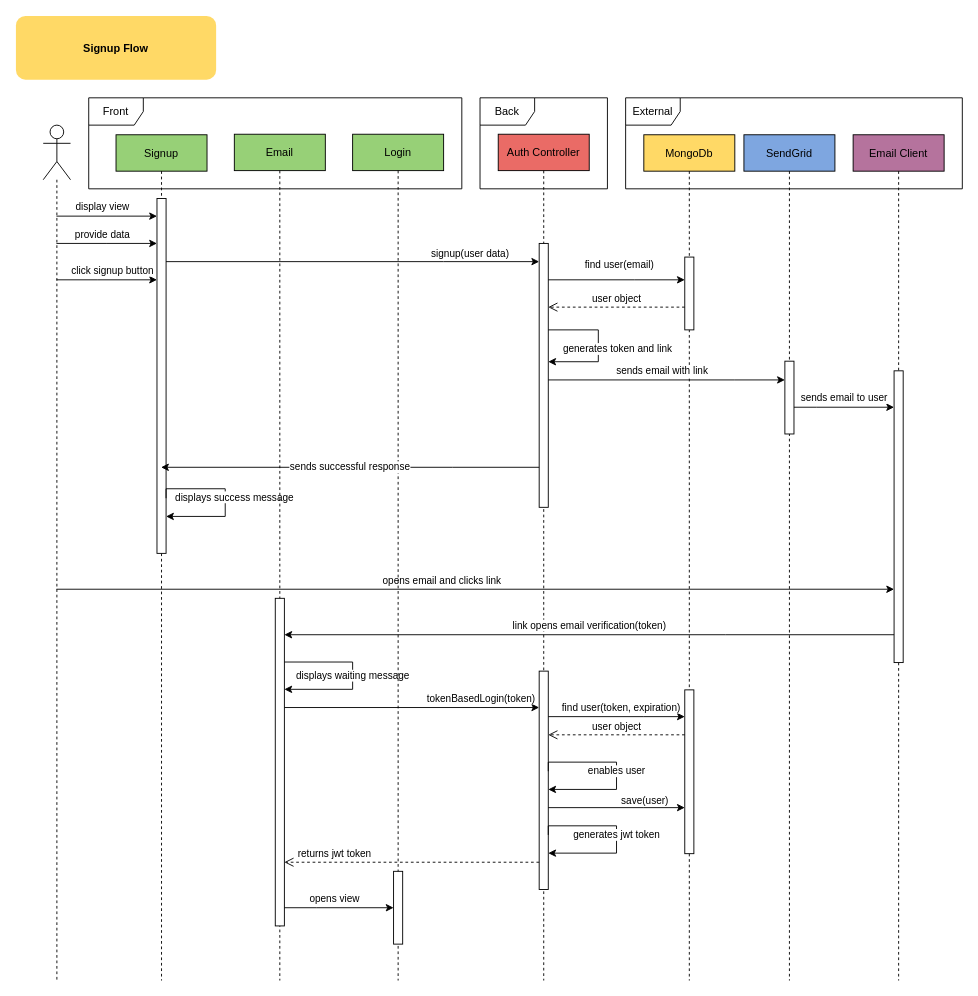
Earlier version of the draw.io diagram Untitled Diagram.drawio (samuelsalomonv/diagrams). Source tidied: cells renumbered, new cells numbered last; positions are measured from the earlier drawing's top-left corner, leaving out a move shared by most shapes. Both pictures are drawn from the tidied source at 91%, with x=0, y=0 at pixel (15, 15).
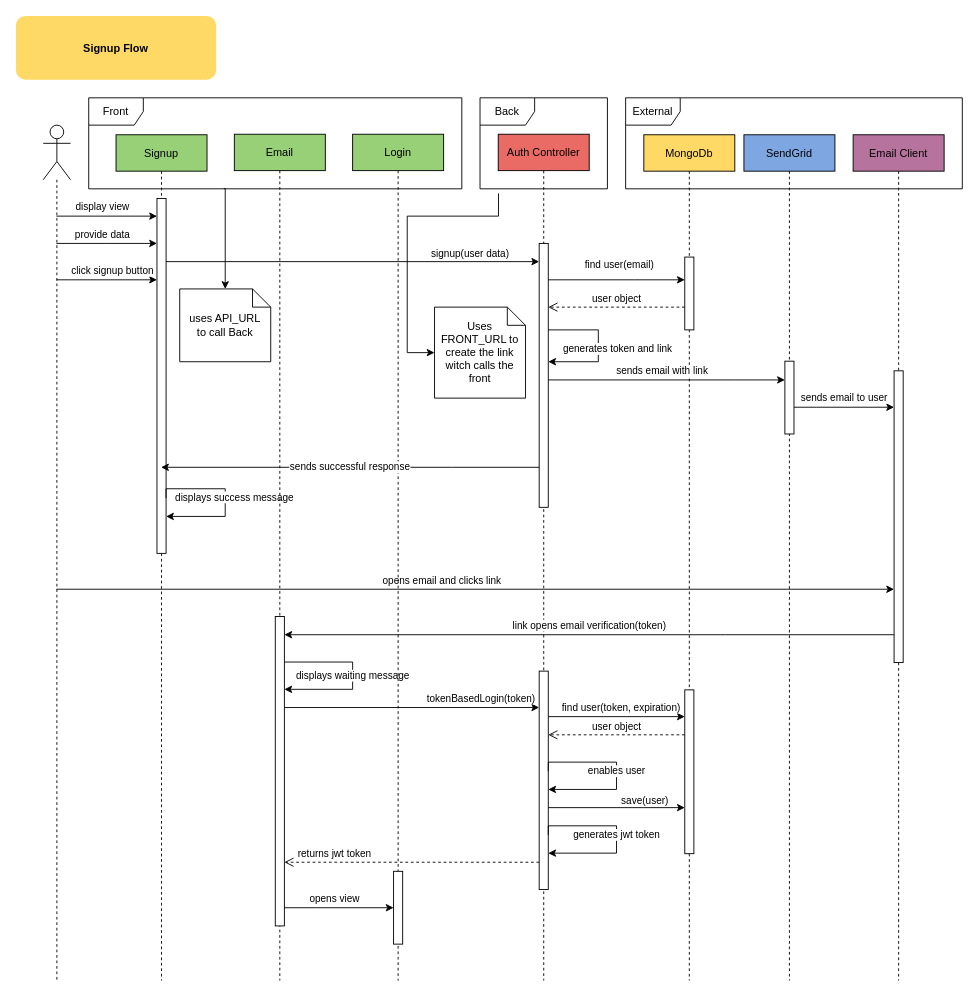
The same page after the edit.

Commit message:
Diagram was updated

Unchanged cells that the change refers to:
```xml
<mxCell id="10" style="html=1;points=[[0,0,0,0,5],[0,1,0,0,-5],[1,0,0,0,5],[1,1,0,0,-5]];perimeter=orthogonalPerimeter;outlineConnect=0;targetShapes=umlLifeline;portConstraint=eastwest;newEdgeStyle={&quot;curved&quot;:0,&quot;rounded&quot;:0};" parent="9" vertex="1">
  <mxGeometry x="45" y="70" width="10" height="390" as="geometry" />
</mxCell>
<mxCell id="12" value="&lt;div&gt;Email&lt;/div&gt;" style="shape=umlLifeline;perimeter=lifelinePerimeter;whiteSpace=wrap;html=1;newEdgeStyle={&quot;curved&quot;:0,&quot;rounded&quot;:0};fillColor=#97D077;" parent="1" vertex="1">
  <mxGeometry x="240" y="130" width="100" height="930" as="geometry" />
</mxCell>
<mxCell id="17" value="Front" style="shape=umlFrame;whiteSpace=wrap;html=1;" parent="1" vertex="1">
  <mxGeometry x="80" y="90" width="410" height="100" as="geometry" />
</mxCell>
<mxCell id="19" style="html=1;points=[[0,0,0,0,5],[0,1,0,0,-5],[1,0,0,0,5],[1,1,0,0,-5]];perimeter=orthogonalPerimeter;outlineConnect=0;targetShapes=umlLifeline;portConstraint=eastwest;newEdgeStyle={&quot;curved&quot;:0,&quot;rounded&quot;:0};" parent="18" vertex="1">
  <mxGeometry x="45" y="120" width="10" height="290" as="geometry" />
</mxCell>
<mxCell id="30" value="Back" style="shape=umlFrame;whiteSpace=wrap;html=1;" parent="1" vertex="1">
  <mxGeometry x="510" y="90" width="140" height="100" as="geometry" />
</mxCell>
```

The edit, as a diff of the source:
```diff
@@
     <mxCell id="13" style="html=1;points=[[0,0,0,0,5],[0,1,0,0,-5],[1,0,0,0,5],[1,1,0,0,-5]];perimeter=orthogonalPerimeter;outlineConnect=0;targetShapes=umlLifeline;portConstraint=eastwest;newEdgeStyle={&quot;curved&quot;:0,&quot;rounded&quot;:0};" parent="12" vertex="1">
-      <mxGeometry x="45" y="510" width="10" height="360" as="geometry" />
+      <mxGeometry x="45" y="530" width="10" height="340" as="geometry" />
     </mxCell>
@@
     <mxCell id="32" style="edgeStyle=orthogonalEdgeStyle;rounded=0;jettySize=auto;html=1;curved=0;" parent="1" edge="1" source="10" target="19">
       <mxGeometry relative="1" as="geometry">
         <Array as="points">
-          <mxPoint x="470" y="270" />
-          <mxPoint x="470" y="270" />
+          <mxPoint x="230" y="270" />
+          <mxPoint x="230" y="270" />
         </Array>
       </mxGeometry>
     </mxCell>
@@
+    <mxCell id="49" value="uses API_URL&lt;div&gt;to call Back&lt;/div&gt;" style="shape=note;size=20;whiteSpace=wrap;html=1;" parent="1" vertex="1">
+      <mxGeometry x="180" y="300" width="100" height="80" as="geometry" />
+    </mxCell>
+    <mxCell id="50" value="Uses FRONT_URL to create the link witch calls the front" style="shape=note;size=20;whiteSpace=wrap;html=1;" parent="1" vertex="1">
+      <mxGeometry x="460" y="320" width="100" height="100" as="geometry" />
+    </mxCell>
+    <mxCell id="51" style="edgeStyle=orthogonalEdgeStyle;rounded=0;jettySize=auto;html=1;exitX=0.362;exitY=0.997;exitDx=0;exitDy=0;exitPerimeter=0;" parent="1" edge="1" source="17" target="49">
+      <mxGeometry relative="1" as="geometry">
+        <Array as="points">
+          <mxPoint x="230" y="190" />
+        </Array>
+      </mxGeometry>
+    </mxCell>
+    <mxCell id="52" style="edgeStyle=orthogonalEdgeStyle;rounded=0;jettySize=auto;html=1;exitX=0.145;exitY=1.05;exitDx=0;exitDy=0;exitPerimeter=0;" parent="1" edge="1" source="30" target="50">
+      <mxGeometry relative="1" as="geometry">
+        <Array as="points">
+          <mxPoint x="530" y="220" />
+          <mxPoint x="430" y="220" />
+          <mxPoint x="430" y="370" />
+        </Array>
+      </mxGeometry>
+    </mxCell>
```
